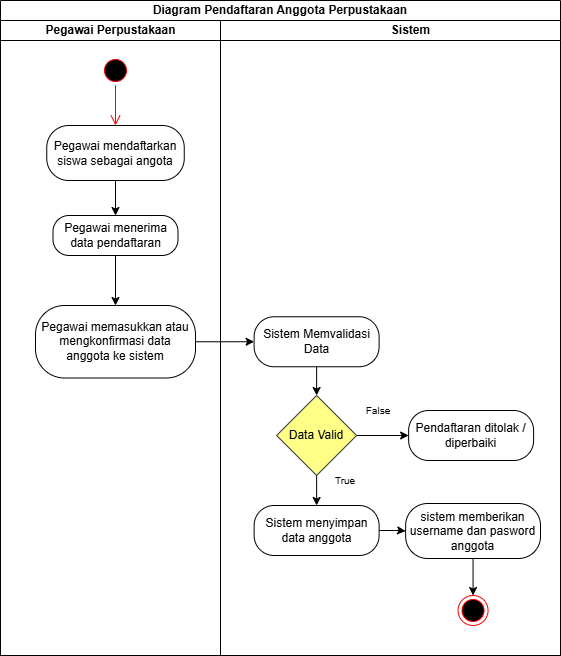
Earlier version of the draw.io export Gambar diagram/Use case-Activity Kelola Data Anggota.drawio.png (DikiDrim/FileSkripsi). Source tidied: cells renumbered, new cells last; positions are measured from the earlier drawing's top-left corner, leaving out a move shared by most shapes.
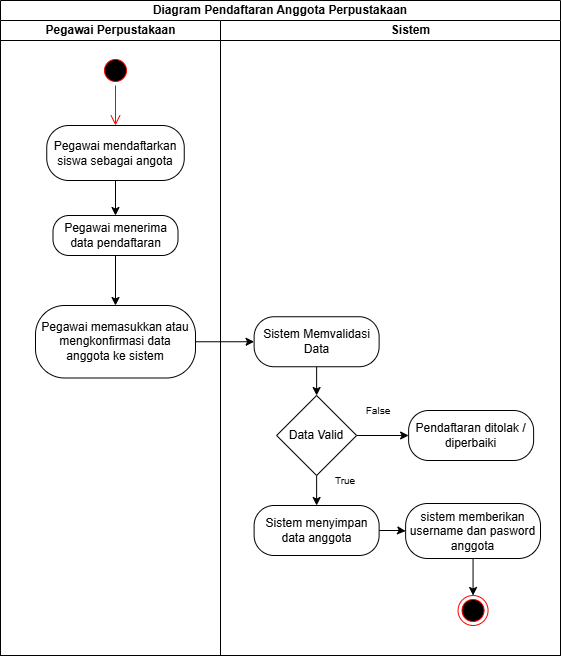
Later version of the same file.

What changed in the source:
```diff
@@ -49,7 +49,7 @@
     <mxCell id="16" style="edgeStyle=orthogonalEdgeStyle;rounded=0;jettySize=auto;html=1;exitX=0.5;exitY=1;exitDx=0;exitDy=0;entryX=0.5;entryY=0;entryDx=0;entryDy=0;" parent="11" edge="1" source="17" target="20">
       <mxGeometry relative="1" as="geometry" />
     </mxCell>
-    <mxCell id="17" value="Data Valid" style="rhombus;whiteSpace=wrap;html=1;fillColor=#ffff88;strokeColor=#36393d;" parent="11" vertex="1">
+    <mxCell id="17" value="Data Valid" style="rhombus;whiteSpace=wrap;html=1;" parent="11" vertex="1">
       <mxGeometry x="56.1" y="375" width="80" height="80" as="geometry" />
     </mxCell>
     <mxCell id="18" value="&lt;font style=&quot;font-size: 10px;&quot;&gt;False&lt;/font&gt;" style="text;html=1;whiteSpace=wrap;strokeColor=none;fillColor=none;align=center;verticalAlign=middle;rounded=0;" parent="11" vertex="1">
```
